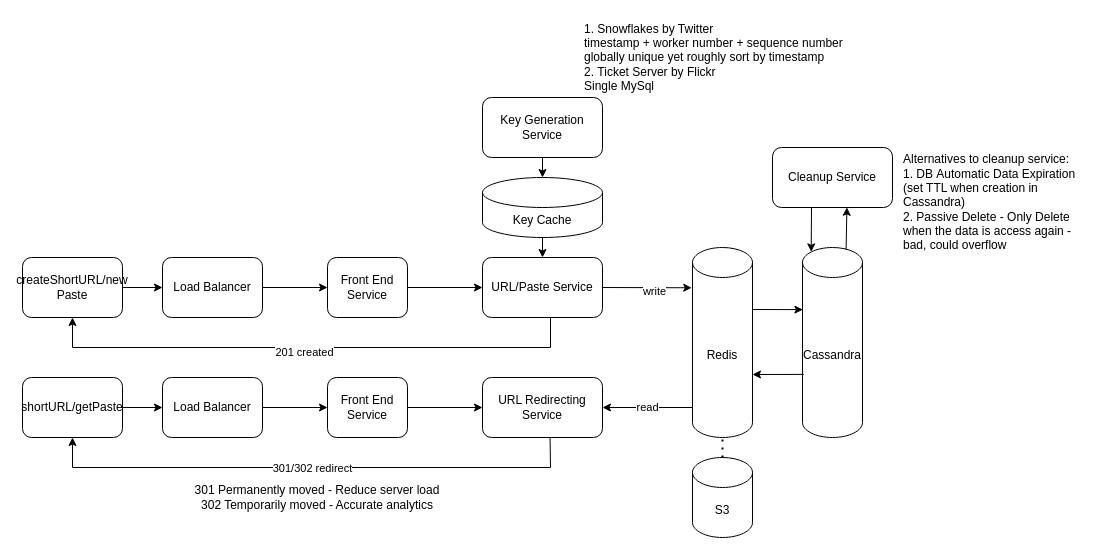
The draw.io diagram 5_TinyUrlPasteBin.drawio in xwq172677170/SysdDiagram, before the edit. Source tidied: cells renumbered, new cells numbered last; positions are measured from the earlier drawing's top-left corner, leaving out a move shared by most shapes. Both pictures are drawn from the tidied source at 100%, with x=0, y=0 at pixel (22, 17).
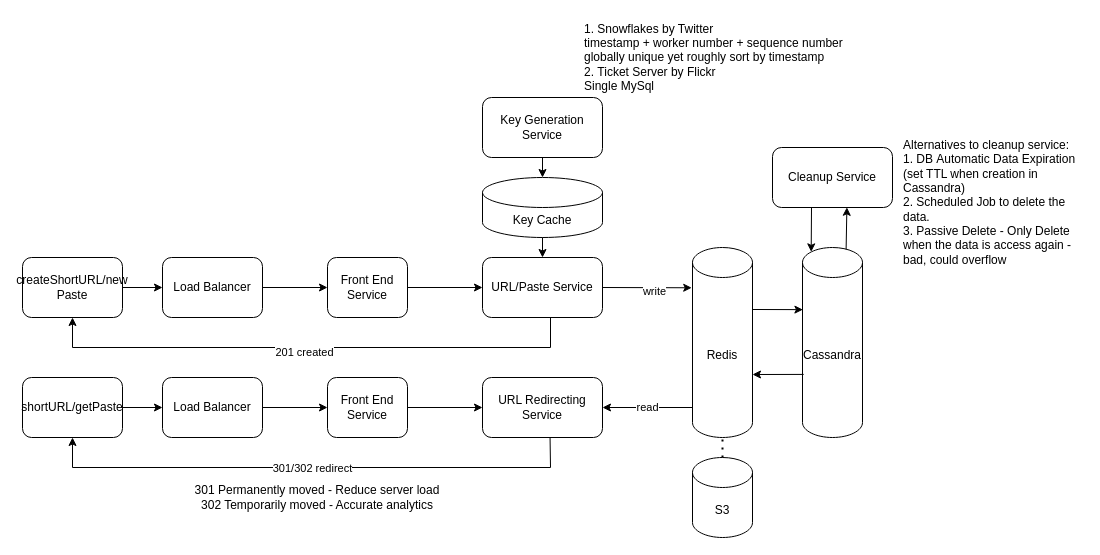
After the change.

The edit, as a diff of the source:
```diff
@@
-    <mxCell id="34" value="&lt;div style=&quot;text-align: left;&quot;&gt;&lt;span style=&quot;background-color: initial;&quot;&gt;Alternatives to cleanup service:&lt;/span&gt;&lt;/div&gt;&lt;div style=&quot;text-align: left;&quot;&gt;&lt;span style=&quot;background-color: initial;&quot;&gt;1. DB&amp;nbsp;Automatic Data Expiration (set TTL when creation in Cassandra)&lt;/span&gt;&lt;/div&gt;&lt;div style=&quot;text-align: left;&quot;&gt;&lt;span style=&quot;background-color: initial;&quot;&gt;2. Passive Delete - Only Delete when the data is access again - bad, could overflow&lt;/span&gt;&lt;/div&gt;" style="text;html=1;strokeColor=none;fillColor=none;align=center;verticalAlign=middle;whiteSpace=wrap;rounded=0;" parent="1" vertex="1">
+    <mxCell id="34" value="&lt;div style=&quot;text-align: left;&quot;&gt;&lt;span style=&quot;background-color: initial;&quot;&gt;Alternatives to cleanup service:&lt;/span&gt;&lt;/div&gt;&lt;div style=&quot;text-align: left;&quot;&gt;&lt;span style=&quot;background-color: initial;&quot;&gt;1. DB&amp;nbsp;Automatic Data Expiration (set TTL when creation in Cassandra)&lt;/span&gt;&lt;/div&gt;&lt;div style=&quot;text-align: left;&quot;&gt;2. Scheduled Job to delete the data.&lt;/div&gt;&lt;div style=&quot;text-align: left;&quot;&gt;&lt;span style=&quot;background-color: initial;&quot;&gt;3. Passive Delete - Only Delete when the data is access again - bad, could overflow&lt;/span&gt;&lt;/div&gt;" style="text;html=1;strokeColor=none;fillColor=none;align=center;verticalAlign=middle;whiteSpace=wrap;rounded=0;" parent="1" vertex="1">
       <mxGeometry x="880" y="130" width="180" height="110" as="geometry" />
     </mxCell>
```
